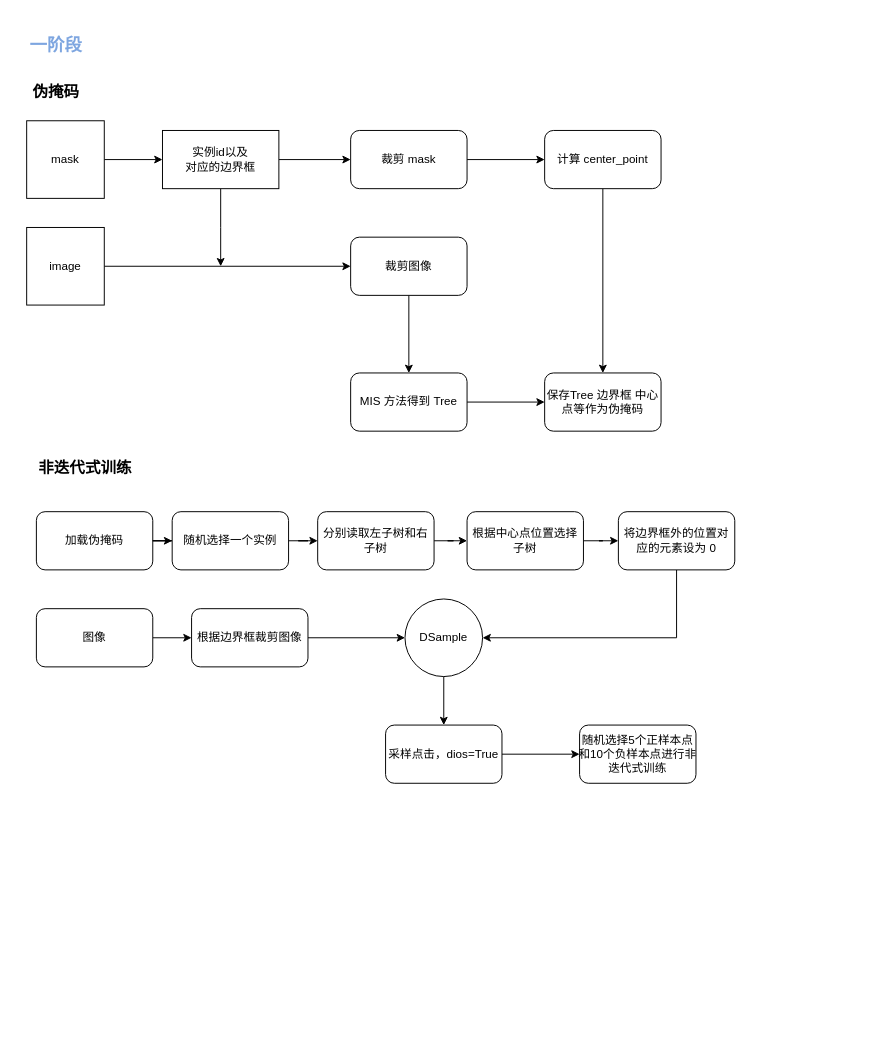
The draw.io diagram 弱监督交互式分割.drawio in sun-i/pic, before the edit. Source tidied: cells renumbered, new cells numbered last; positions are measured from the earlier drawing's top-left corner, leaving out a move shared by most shapes. Both pictures are drawn from the tidied source at 97%, with x=0, y=0 at pixel (16, 16).
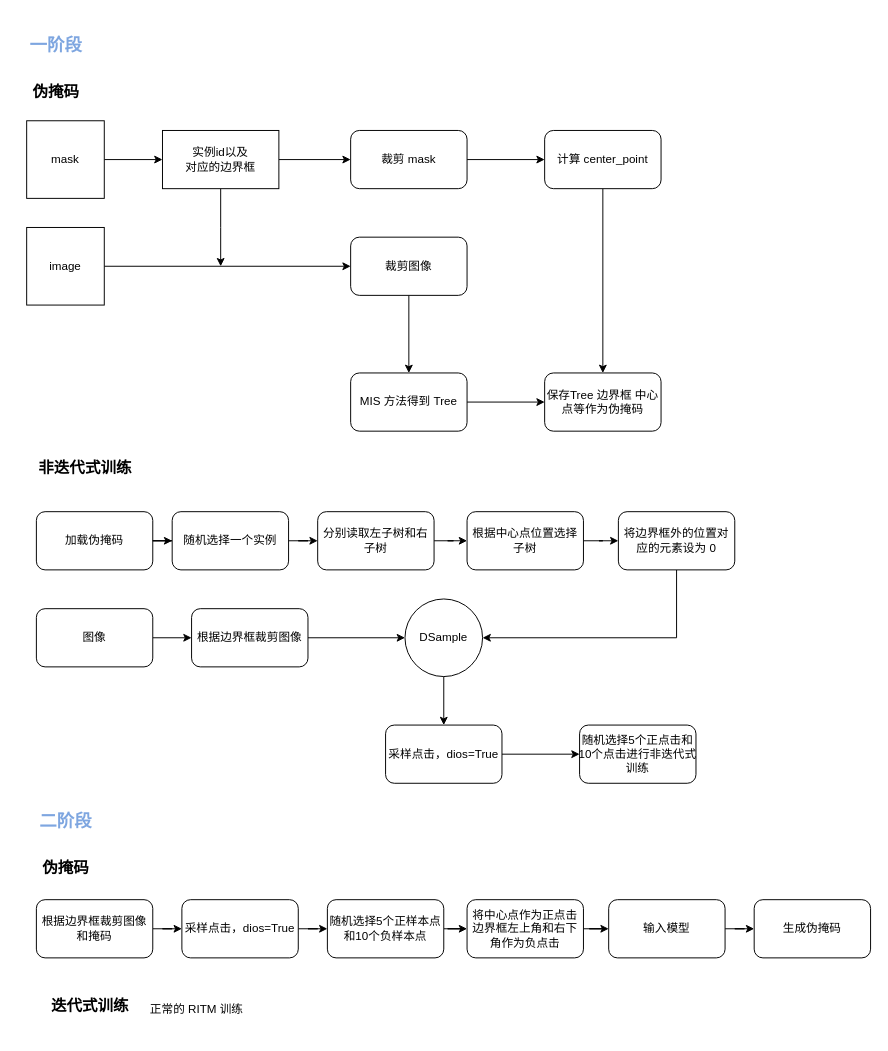
After the change.

Commit message (it also covers changes not shown here):
更新弱监督交互式分割.drawio

What changed in the source:
```diff
@@
-    <mxCell id="39" value="随机选择5个正样本点和10个负样本点进行非迭代式训练" style="whiteSpace=wrap;html=1;rounded=1;spacing=0;align=center;" parent="1" vertex="1">
+    <mxCell id="39" value="随机选择5个正点击和10个点击进行非迭代式训练" style="whiteSpace=wrap;html=1;rounded=1;spacing=0;align=center;" parent="1" vertex="1">
       <mxGeometry x="580" y="730" width="120" height="60" as="geometry" />
     </mxCell>
+    <mxCell id="40" value="&lt;h2&gt;二阶段&lt;/h2&gt;" style="text;html=1;align=center;verticalAlign=middle;strokeColor=none;fillColor=none;fontColor=#7EA6E0;" parent="1" vertex="1">
+      <mxGeometry x="10" y="800" width="80" height="60" as="geometry" />
+    </mxCell>
+    <mxCell id="41" value="&lt;h4&gt;&lt;font style=&quot;font-size: 16px;&quot;&gt;伪掩码&lt;/font&gt;&lt;/h4&gt;" style="text;html=1;align=center;verticalAlign=middle;strokeColor=none;fillColor=none;" parent="1" vertex="1">
+      <mxGeometry x="15" y="847" width="70" height="60" as="geometry" />
+    </mxCell>
+    <mxCell id="42" style="edgeStyle=orthogonalEdgeStyle;rounded=0;jettySize=auto;html=1;" parent="1" edge="1" source="43" target="45">
+      <mxGeometry relative="1" as="geometry" />
+    </mxCell>
+    <mxCell id="43" value="根据边界框裁剪图像和掩码" style="rounded=1;whiteSpace=wrap;html=1;" parent="1" vertex="1">
+      <mxGeometry x="20" y="910" width="120" height="60" as="geometry" />
+    </mxCell>
+    <mxCell id="44" style="edgeStyle=orthogonalEdgeStyle;rounded=0;jettySize=auto;html=1;" parent="1" edge="1" source="45" target="47">
+      <mxGeometry relative="1" as="geometry" />
+    </mxCell>
+    <mxCell id="45" value="采样点击，dios=True" style="whiteSpace=wrap;html=1;rounded=1;" parent="1" vertex="1">
+      <mxGeometry x="170" y="910" width="120" height="60" as="geometry" />
+    </mxCell>
+    <mxCell id="46" style="edgeStyle=orthogonalEdgeStyle;rounded=0;jettySize=auto;html=1;" parent="1" edge="1" source="47" target="49">
+      <mxGeometry relative="1" as="geometry" />
+    </mxCell>
+    <mxCell id="47" value="随机选择5个正样本点和10个负样本点" style="whiteSpace=wrap;html=1;rounded=1;" parent="1" vertex="1">
+      <mxGeometry x="320" y="910" width="120" height="60" as="geometry" />
+    </mxCell>
+    <mxCell id="48" style="edgeStyle=orthogonalEdgeStyle;rounded=0;jettySize=auto;html=1;" parent="1" edge="1" source="49" target="51">
+      <mxGeometry relative="1" as="geometry" />
+    </mxCell>
+    <mxCell id="49" value="将中心点作为正点击&lt;div&gt;边界框左上角和右下角作为负点击&lt;/div&gt;" style="rounded=1;whiteSpace=wrap;html=1;" parent="1" vertex="1">
+      <mxGeometry x="464" y="910" width="120" height="60" as="geometry" />
+    </mxCell>
+    <mxCell id="50" style="edgeStyle=orthogonalEdgeStyle;rounded=0;jettySize=auto;html=1;" parent="1" edge="1" source="51" target="52">
+      <mxGeometry relative="1" as="geometry" />
+    </mxCell>
+    <mxCell id="51" value="输入模型" style="whiteSpace=wrap;html=1;rounded=1;" parent="1" vertex="1">
+      <mxGeometry x="610" y="910" width="120" height="60" as="geometry" />
+    </mxCell>
+    <mxCell id="52" value="生成伪掩码" style="whiteSpace=wrap;html=1;rounded=1;" parent="1" vertex="1">
+      <mxGeometry x="760" y="910" width="120" height="60" as="geometry" />
+    </mxCell>
+    <mxCell id="53" value="&lt;h4&gt;&lt;span style=&quot;font-size: 16px;&quot;&gt;迭代式训练&lt;/span&gt;&lt;/h4&gt;" style="text;html=1;align=center;verticalAlign=middle;strokeColor=none;fillColor=none;" parent="1" vertex="1">
+      <mxGeometry x="25" y="989" width="100" height="60" as="geometry" />
+    </mxCell>
+    <mxCell id="54" value="正常的 RITM 训练" style="text;html=1;align=center;verticalAlign=middle;strokeColor=none;fillColor=none;" parent="1" vertex="1">
+      <mxGeometry x="125" y="1008" width="120" height="30" as="geometry" />
+    </mxCell>
```
